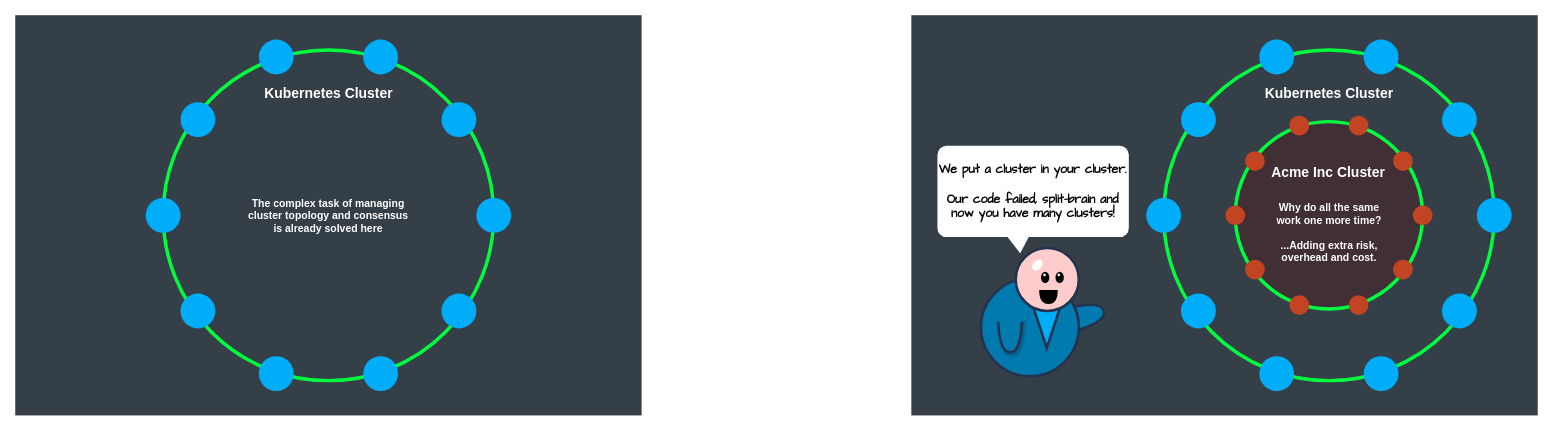
Before: page "Clusters" (11 of 13) of hugo/content/docs/clusterintro/clusterintro.drawio in asynkron/protoactor-website, a draw.io diagram. Source tidied: cells renumbered, new cells numbered last; positions are measured from the earlier drawing's top-left corner, leaving out a move shared by most shapes. Both pictures are drawn from the tidied source at 87%, with x=0, y=0 at pixel (15, 15).
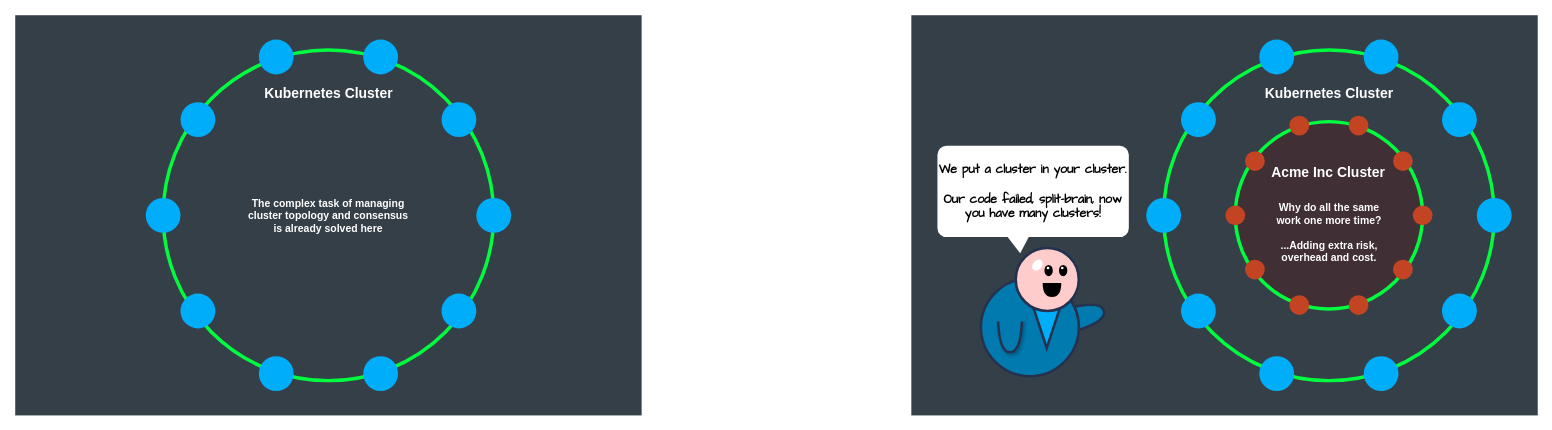
After the change.

Unchanged cells that the change refers to:
```xml
<mxCell id="50" style="group;" parent="43" vertex="1">
  <mxGeometry x="40" y="21.5" width="72.5" height="72.5" as="geometry" />
</mxCell>
```

Change to the diagram source:
```diff
@@
-    <mxCell id="42" value="We put a cluster in your cluster.&lt;br style=&quot;font-size: 14px&quot;&gt;&lt;br style=&quot;font-size: 14px&quot;&gt;Our code failed, split-brain and now you have many clusters!" style="rounded=1;whiteSpace=wrap;html=1;fontFamily=Comic Sans MS;fontSize=14;fontColor=#000000;align=center;strokeWidth=1;fillColor=#ffffff;strokeColor=none;arcSize=10;fontStyle=1;spacing=2;" parent="1" vertex="1">
+    <mxCell id="42" value="We put a cluster in your cluster.&lt;br style=&quot;font-size: 14px&quot;&gt;&lt;br style=&quot;font-size: 14px&quot;&gt;Our code failed, split-brain, now you have many clusters!" style="rounded=1;whiteSpace=wrap;html=1;fontFamily=Comic Sans MS;fontSize=14;fontColor=#000000;align=center;strokeWidth=1;fillColor=#ffffff;strokeColor=none;arcSize=10;fontStyle=1;spacing=2;" parent="1" vertex="1">
       <mxGeometry x="1060" y="150" width="220" height="105" as="geometry" />
     </mxCell>
@@
     <mxCell id="52" style="shape=or;whiteSpace=wrap;html=1;strokeWidth=4;gradientColor=none;fontSize=16;fontColor=#FFFFFF;strokeColor=none;fillColor=#000000;rotation=90;" parent="50" vertex="1">
-      <mxGeometry x="29.6" y="45.7" width="16.1" height="21.4" as="geometry" />
+      <mxGeometry x="33.6" y="37.7" width="16.1" height="21.4" as="geometry" />
     </mxCell>
     <mxCell id="53" style="ellipse;whiteSpace=wrap;html=1;strokeWidth=4;fillColor=#000000;gradientColor=none;fontSize=16;fontColor=#FFFFFF;strokeColor=none;" parent="50" vertex="1">
-      <mxGeometry x="45.7" y="27.5" width="9.6" height="12.9" as="geometry" />
+      <mxGeometry x="49.7" y="19.5" width="9.6" height="12.9" as="geometry" />
     </mxCell>
     <mxCell id="54" style="ellipse;whiteSpace=wrap;html=1;strokeWidth=4;fillColor=#000000;gradientColor=none;fontSize=16;fontColor=#FFFFFF;strokeColor=none;" parent="50" vertex="1">
-      <mxGeometry x="29" y="27.5" width="9.6" height="12.9" as="geometry" />
+      <mxGeometry x="33" y="19.5" width="9.6" height="12.9" as="geometry" />
     </mxCell>
@@
     <mxCell id="56" style="ellipse;whiteSpace=wrap;html=1;strokeWidth=4;fontSize=16;strokeColor=none;" parent="50" vertex="1">
-      <mxGeometry x="31.6" y="29.5" width="3" height="3" as="geometry" />
+      <mxGeometry x="35.6" y="21.5" width="3" height="3" as="geometry" />
     </mxCell>
     <mxCell id="57" style="ellipse;whiteSpace=wrap;html=1;strokeWidth=4;fontSize=16;strokeColor=none;" parent="50" vertex="1">
-      <mxGeometry x="48" y="29.5" width="3" height="3" as="geometry" />
+      <mxGeometry x="52" y="21.5" width="3" height="3" as="geometry" />
     </mxCell>
```
